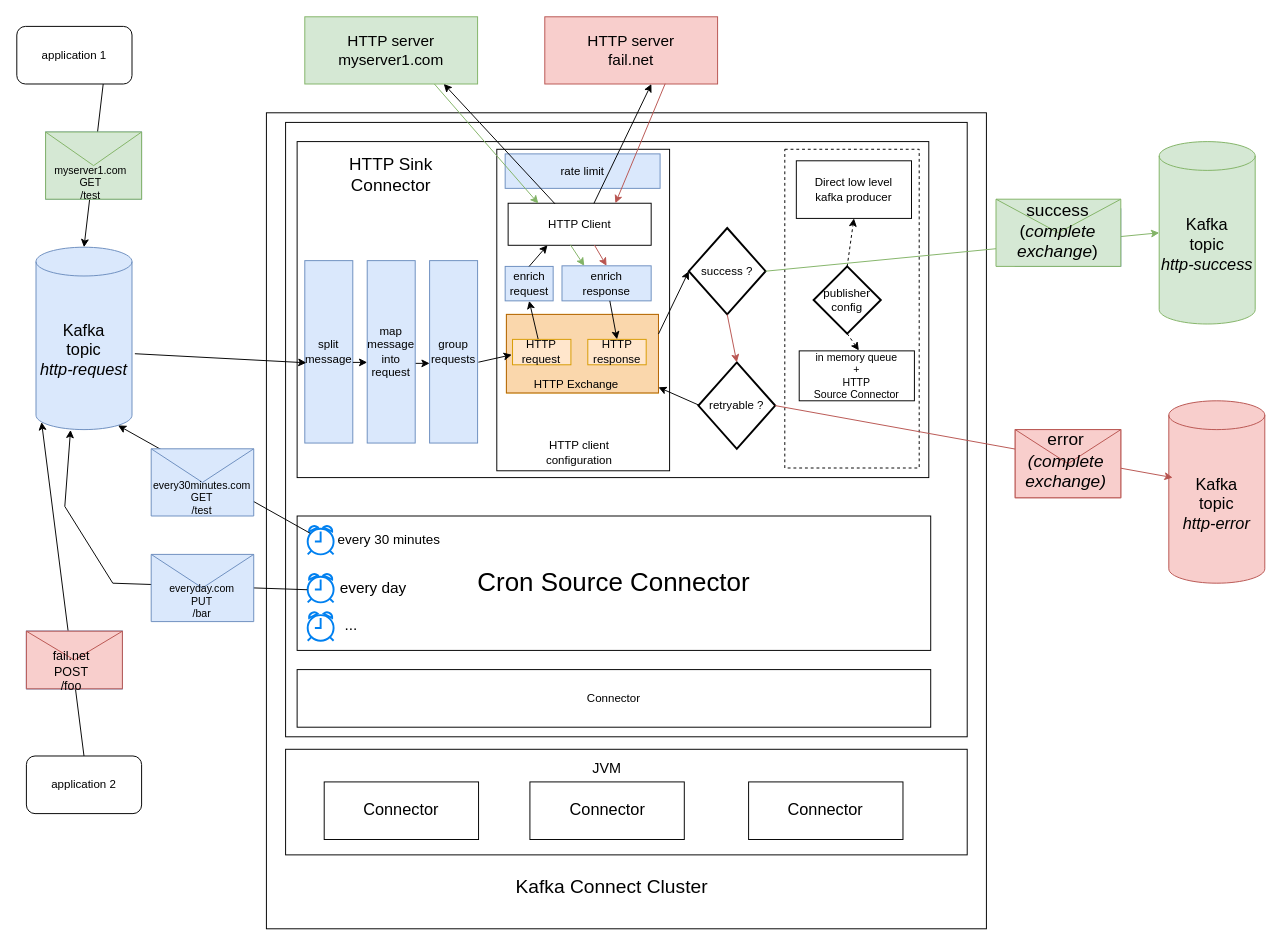
Above: docs/architecture_options_2.drawio in clescot/kafka-connect-http (draw.io), before the change. Source tidied: cells renumbered, new cells numbered last; positions are measured from the earlier drawing's top-left corner, leaving out a move shared by most shapes. Both pictures are drawn from the tidied source at 96%, with x=0, y=0 at pixel (16, 16).
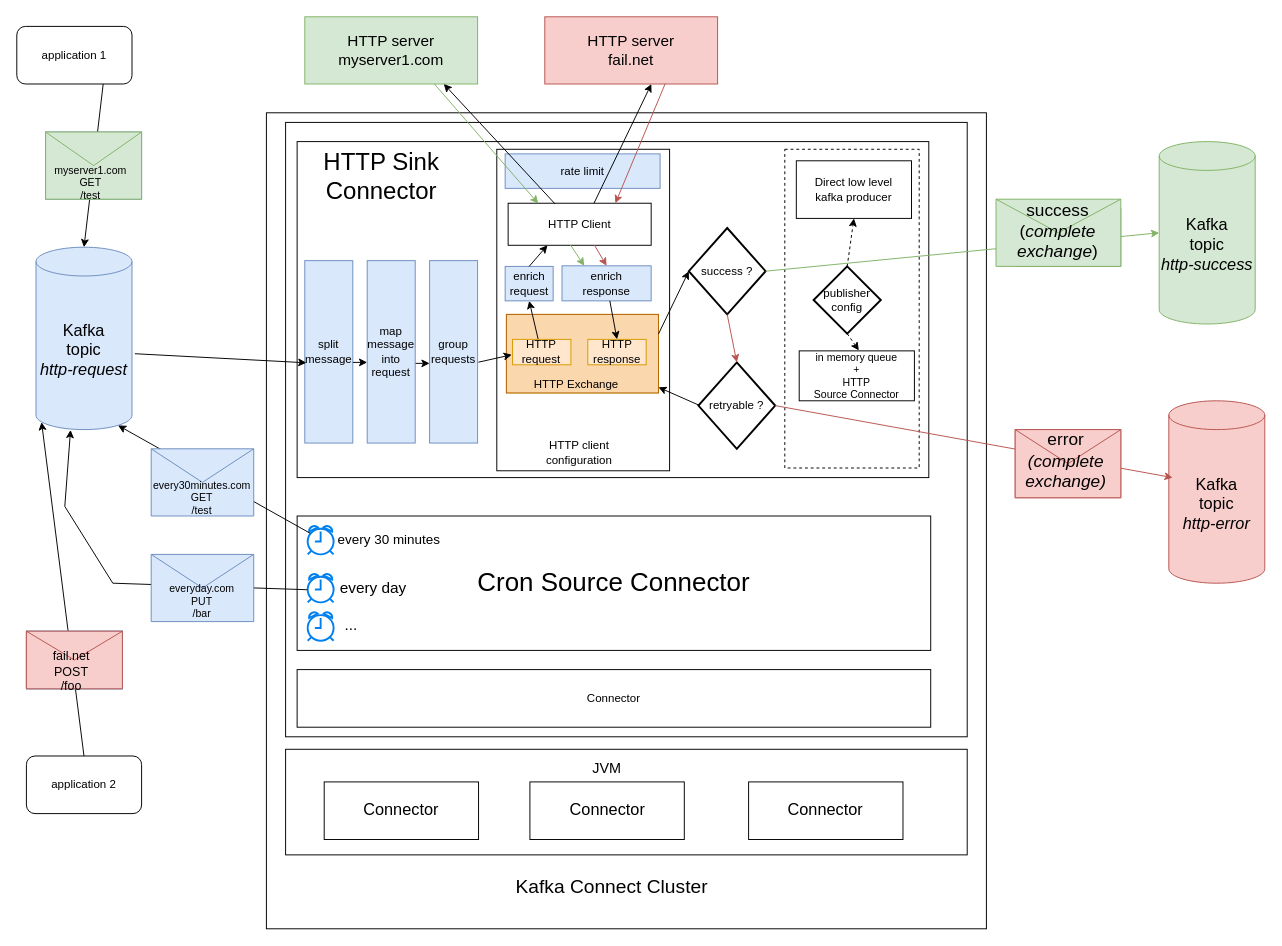
Above is the later version.

The edit, as a diff of the source:
```diff
@@
-    <mxCell id="56" value="&lt;font style=&quot;font-size: 18px;&quot;&gt;HTTP Sink&lt;/font&gt;&lt;div style=&quot;font-size: 18px;&quot;&gt;&lt;font style=&quot;font-size: 18px;&quot;&gt;Connector&lt;/font&gt;&lt;/div&gt;" style="text;html=1;align=center;verticalAlign=middle;whiteSpace=wrap;rounded=0;" parent="1" vertex="1">
-      <mxGeometry x="330" y="150" width="120" height="30" as="geometry" />
+    <mxCell id="56" value="&lt;font style=&quot;font-size: 25px;&quot;&gt;HTTP Sink&lt;/font&gt;&lt;div style=&quot;font-size: 25px;&quot;&gt;&lt;font style=&quot;font-size: 25px;&quot;&gt;Connector&lt;/font&gt;&lt;/div&gt;" style="text;html=1;align=center;verticalAlign=middle;whiteSpace=wrap;rounded=0;" parent="1" vertex="1">
+      <mxGeometry x="310" y="150" width="140" height="30" as="geometry" />
     </mxCell>
```
